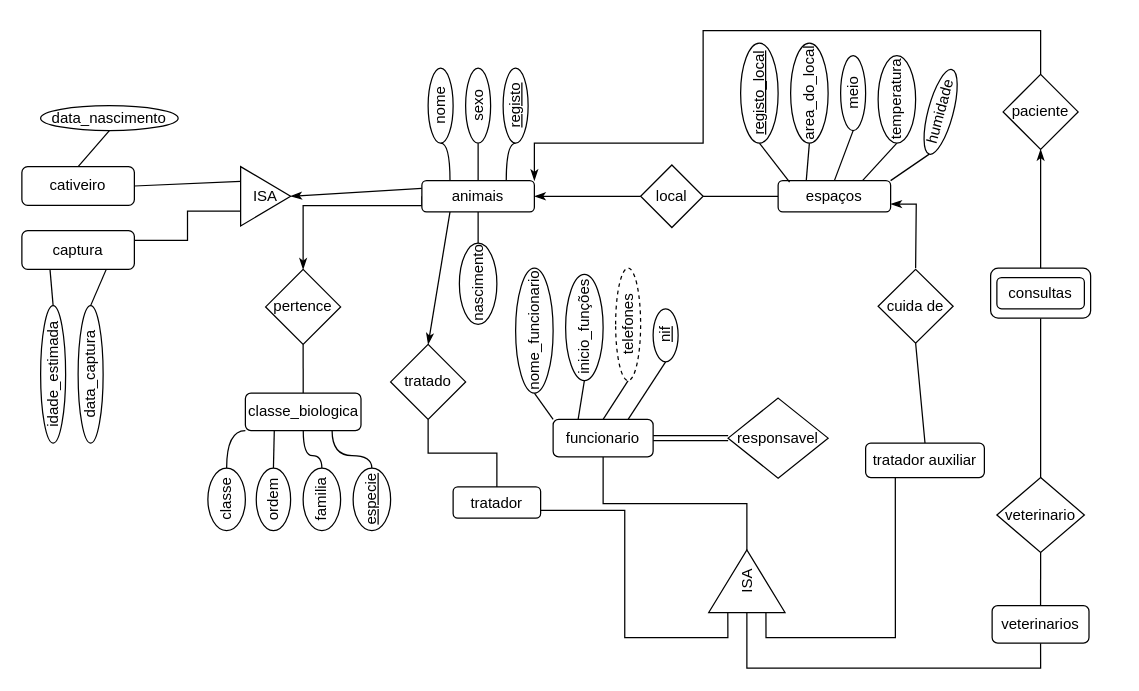
Above: BD/Trabalho 2/DiagramaE-R.drawio in GBarradas/degreeStuff (draw.io), before the change. Source tidied: cells renumbered, new cells numbered last; positions are measured from the earlier drawing's top-left corner, leaving out a move shared by most shapes. Both pictures are drawn from the tidied source at 125%, with x=0, y=0 at pixel (21, 30).
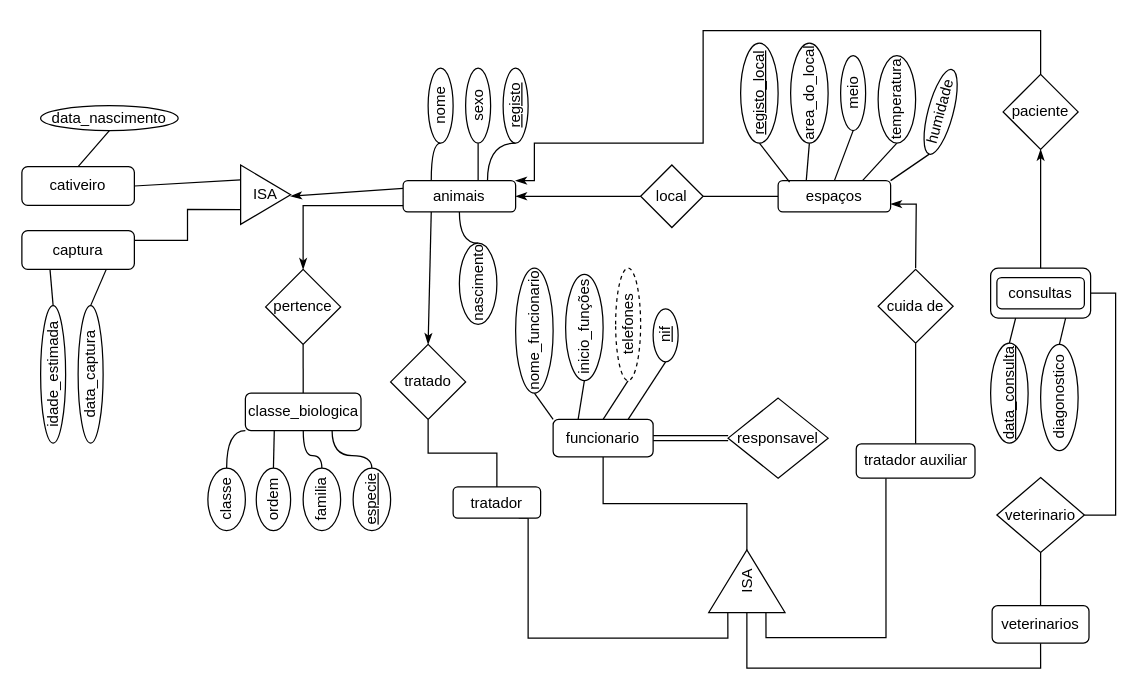
Above is the later version.

The change refers to these unchanged cells:
```xml
<mxCell id="57" value="tratador" style="rounded=1;whiteSpace=wrap;html=1;" parent="1" vertex="1">
  <mxGeometry x="345" y="365" width="70" height="25" as="geometry" />
</mxCell>
<mxCell id="61" value="ISA" style="triangle;whiteSpace=wrap;html=1;rotation=-90;" parent="1" vertex="1">
  <mxGeometry x="555" y="410" width="50" height="61" as="geometry" />
</mxCell>
<mxCell id="67" style="rounded=1;whiteSpace=wrap;html=1;" parent="1" vertex="1">
  <mxGeometry x="775" y="190" width="80" height="40" as="geometry" />
</mxCell>
<mxCell id="70" value="veterinario" style="rhombus;whiteSpace=wrap;html=1;" parent="1" vertex="1">
  <mxGeometry x="780" y="357.5" width="70" height="60" as="geometry" />
</mxCell>
```

Diff of the diagram source:
```diff
@@
     <mxCell id="11" value="animais" style="rounded=1;whiteSpace=wrap;html=1;" parent="1" vertex="1">
-      <mxGeometry x="320" y="120" width="90" height="25" as="geometry" />
+      <mxGeometry x="305" y="120" width="90" height="25" as="geometry" />
     </mxCell>
@@
     <mxCell id="15" value="ISA" style="triangle;whiteSpace=wrap;html=1;" parent="1" vertex="1">
-      <mxGeometry x="175" y="108.8" width="40" height="47.5" as="geometry" />
+      <mxGeometry x="175" y="107.5" width="40" height="47.5" as="geometry" />
     </mxCell>
@@
-    <mxCell id="56" style="edgeStyle=orthogonalEdgeStyle;rounded=0;jettySize=auto;html=1;entryX=1;entryY=0.75;entryDx=0;entryDy=0;startArrow=none;startFill=0;endArrow=none;endFill=0;exitX=0;exitY=0.25;exitDx=0;exitDy=0;" parent="1" edge="1" source="61" target="57">
-      <mxGeometry relative="1" as="geometry" />
+    <mxCell id="56" style="edgeStyle=orthogonalEdgeStyle;rounded=0;jettySize=auto;html=1;entryX=0.75;entryY=1;entryDx=0;entryDy=0;startArrow=none;startFill=0;endArrow=none;endFill=0;exitX=0;exitY=0.25;exitDx=0;exitDy=0;" parent="1" edge="1" source="61" target="57">
+      <mxGeometry relative="1" as="geometry">
+        <Array as="points">
+          <mxPoint x="565" y="486" />
+          <mxPoint x="405" y="486" />
+          <mxPoint x="405" y="390" />
+        </Array>
+      </mxGeometry>
     </mxCell>
@@
     <mxCell id="65" value="tratador auxiliar" style="rounded=1;whiteSpace=wrap;html=1;" parent="1" vertex="1">
-      <mxGeometry x="675" y="330" width="95" height="27.5" as="geometry" />
+      <mxGeometry x="667.5" y="330.5" width="95" height="27.5" as="geometry" />
     </mxCell>
-    <mxCell id="66" style="edgeStyle=orthogonalEdgeStyle;curved=1;rounded=0;jettySize=auto;html=1;exitX=0.5;exitY=1;exitDx=0;exitDy=0;startArrow=none;startFill=0;endArrow=none;endFill=0;" parent="1" edge="1" source="67">
+    <mxCell id="66" style="edgeStyle=orthogonalEdgeStyle;rounded=0;jettySize=auto;html=1;exitX=1;exitY=0.5;exitDx=0;exitDy=0;startArrow=none;startFill=0;endArrow=none;endFill=0;entryX=1;entryY=0.5;entryDx=0;entryDy=0;" parent="1" edge="1" source="67" target="70">
       <mxGeometry relative="1" as="geometry">
-        <mxPoint x="815" y="360" as="targetPoint" />
+        <Array as="points">
+          <mxPoint x="875" y="210" />
+          <mxPoint x="875" y="388" />
+        </Array>
       </mxGeometry>
     </mxCell>
@@
+    <mxCell id="82" style="rounded=0;jettySize=auto;html=1;exitX=0.5;exitY=0;exitDx=0;exitDy=0;entryX=0.25;entryY=1;entryDx=0;entryDy=0;startArrow=none;startFill=0;endArrow=none;endFill=0;" parent="1" edge="1" source="83" target="67">
+      <mxGeometry relative="1" as="geometry" />
+    </mxCell>
+    <mxCell id="83" value="&lt;u&gt;data_consulta&lt;/u&gt;" style="ellipse;rounded=1;flipV=1;flipH=1;direction=east;whiteSpace=wrap;html=1;horizontal=0;" parent="1" vertex="1">
+      <mxGeometry x="775" y="250" width="30" height="80" as="geometry" />
+    </mxCell>
+    <mxCell id="84" style="rounded=0;jettySize=auto;html=1;exitX=0.5;exitY=0;exitDx=0;exitDy=0;entryX=0.75;entryY=1;entryDx=0;entryDy=0;startArrow=none;startFill=0;endArrow=none;endFill=0;" parent="1" edge="1" source="85" target="67">
+      <mxGeometry relative="1" as="geometry" />
+    </mxCell>
+    <mxCell id="85" value="diagonostico" style="ellipse;rounded=1;flipV=1;flipH=1;direction=east;whiteSpace=wrap;html=1;horizontal=0;" parent="1" vertex="1">
+      <mxGeometry x="815" y="251" width="30" height="85" as="geometry" />
+    </mxCell>
```
